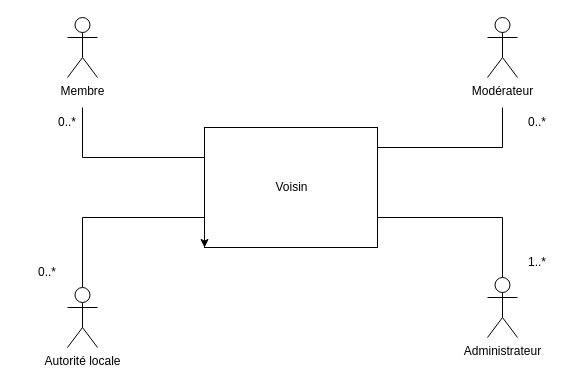
Above: Diagramme ContexteSta.drawio in Adjaro/Projet_Poo (draw.io), before the change. Source tidied: cells renumbered, new cells numbered last; positions are measured from the earlier drawing's top-left corner, leaving out a move shared by most shapes. Both pictures are drawn from the tidied source at 100%, with x=0, y=0 at pixel (17, 17).
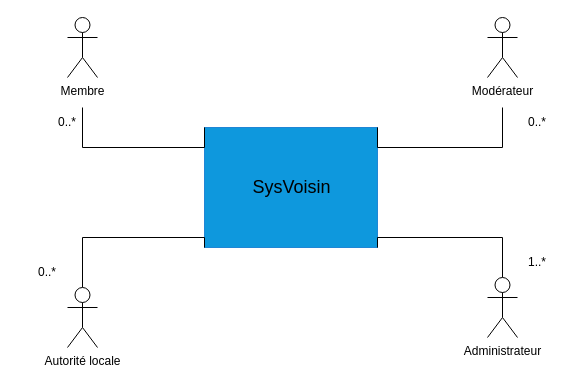
The same diagram, later.

Commit message (it also covers changes not shown here):
Mettre à jour Diagramme ContexteSta.drawio

The change refers to these unchanged cells:
```xml
<mxCell id="4" value="Administrateur" style="shape=umlActor;verticalLabelPosition=bottom;verticalAlign=top;html=1;" parent="1" vertex="1">
  <mxGeometry x="470" y="260" width="30" height="60" as="geometry" />
</mxCell>
<mxCell id="8" value="Autorité locale" style="shape=umlActor;verticalLabelPosition=bottom;verticalAlign=top;html=1;" parent="1" vertex="1">
  <mxGeometry x="50" y="270" width="30" height="60" as="geometry" />
</mxCell>
```

What changed in the source:
```diff
@@
-    <mxCell id="2" value="Voisin" style="html=1;" parent="1" vertex="1">
+    <mxCell id="2" value="&lt;font style=&quot;font-size: 18px;&quot;&gt;SysVoisin&lt;/font&gt;" style="html=1;strokeColor=#2086d5;fillColor=#0e98dd;" parent="1" vertex="1">
       <mxGeometry x="187" y="110" width="173" height="120" as="geometry" />
     </mxCell>
     <mxCell id="3" style="edgeStyle=orthogonalEdgeStyle;rounded=0;jettySize=auto;html=1;entryX=1;entryY=1;entryDx=0;entryDy=0;endArrow=none;endFill=0;" parent="1" edge="1" source="4" target="2">
       <mxGeometry relative="1" as="geometry">
         <Array as="points">
-          <mxPoint x="485" y="200" />
-          <mxPoint x="360" y="200" />
+          <mxPoint x="485" y="220" />
+          <mxPoint x="360" y="220" />
         </Array>
       </mxGeometry>
     </mxCell>
@@
-    <mxCell id="7" style="edgeStyle=orthogonalEdgeStyle;rounded=0;jettySize=auto;html=1;entryX=0;entryY=1;entryDx=0;entryDy=0;" parent="1" edge="1" source="8" target="2">
+    <mxCell id="7" style="edgeStyle=orthogonalEdgeStyle;rounded=0;jettySize=auto;html=1;entryX=0;entryY=1;entryDx=0;entryDy=0;endArrow=none;endFill=0;" parent="1" edge="1" source="8" target="2">
       <mxGeometry relative="1" as="geometry">
         <Array as="points">
-          <mxPoint x="65" y="200" />
-          <mxPoint x="187" y="200" />
+          <mxPoint x="65" y="220" />
+          <mxPoint x="187" y="220" />
         </Array>
       </mxGeometry>
     </mxCell>
@@
     <mxCell id="9" style="edgeStyle=orthogonalEdgeStyle;rounded=0;jettySize=auto;html=1;entryX=0;entryY=0;entryDx=0;entryDy=0;endArrow=none;endFill=0;" parent="1" edge="1" target="2">
       <mxGeometry relative="1" as="geometry">
         <mxPoint x="65" y="90" as="sourcePoint" />
         <Array as="points">
-          <mxPoint x="65" y="140" />
-          <mxPoint x="187" y="140" />
+          <mxPoint x="65" y="130" />
+          <mxPoint x="187" y="130" />
         </Array>
       </mxGeometry>
     </mxCell>
```
